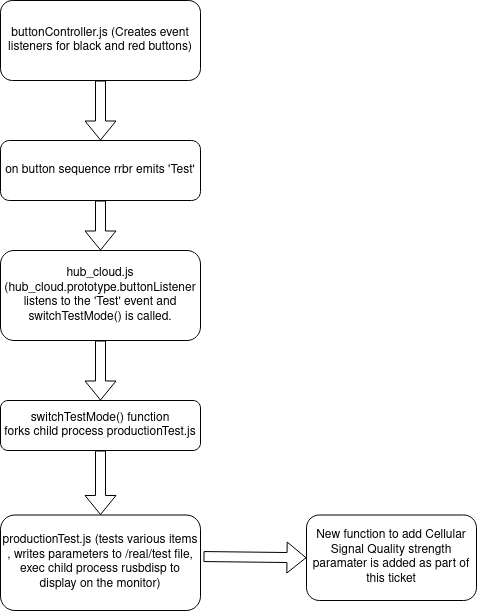
Before: SPAR-67.png, a diagram exported from draw.io (vignesh-ravikumar/flow_chart_and_docs). Source tidied: cells renumbered, new cells last; positions are measured from the earlier drawing's top-left corner, leaving out a move shared by most shapes. Source of this version:
```xml
<mxGraphModel>
  <root>
    <mxCell id="0" />
    <mxCell id="1" parent="0" />
    <mxCell id="2" value="buttonController.js (Creates event listeners for black and red buttons)" style="rounded=1;whiteSpace=wrap;html=1;fontSize=12;glass=0;strokeWidth=1;shadow=0;" parent="1" vertex="1">
      <mxGeometry width="200" height="80" as="geometry" />
    </mxCell>
    <mxCell id="3" value="on button sequence rrbr emits 'Test'" style="rounded=1;whiteSpace=wrap;html=1;" parent="1" vertex="1">
      <mxGeometry y="140" width="200" height="60" as="geometry" />
    </mxCell>
    <mxCell id="4" style="shape=flexArrow;endArrow=classic;html=1;exitX=0.5;exitY=1;exitDx=0;exitDy=0;entryX=0.5;entryY=0;entryDx=0;entryDy=0;" parent="1" edge="1" source="2" target="3">
      <mxGeometry relative="1" as="geometry" />
    </mxCell>
    <mxCell id="5" value="&lt;div&gt;hub_cloud.js&lt;/div&gt;&lt;div&gt;(hub_cloud.prototype.buttonListener&lt;/div&gt;&lt;div&gt;listens to the 'Test' event and switchTestMode() is called.&lt;br&gt;&lt;/div&gt;" style="rounded=1;whiteSpace=wrap;html=1;" parent="1" vertex="1">
      <mxGeometry y="250" width="200" height="90" as="geometry" />
    </mxCell>
    <mxCell id="6" value="switchTestMode() function&lt;br&gt;&lt;div&gt;forks child process productionTest.js&lt;/div&gt;" style="rounded=1;whiteSpace=wrap;html=1;" parent="1" vertex="1">
      <mxGeometry y="400" width="200" height="50" as="geometry" />
    </mxCell>
    <mxCell id="7" value="productionTest.js (tests various items , writes parameters to /real/test file, exec child process rusbdisp to display on the monitor)" style="rounded=1;whiteSpace=wrap;html=1;" parent="1" vertex="1">
      <mxGeometry y="514.5" width="200" height="95.5" as="geometry" />
    </mxCell>
    <mxCell id="8" style="shape=flexArrow;endArrow=classic;html=1;entryX=0.5;entryY=0;entryDx=0;entryDy=0;exitX=0.5;exitY=1;exitDx=0;exitDy=0;" parent="1" edge="1" source="3" target="5">
      <mxGeometry relative="1" as="geometry" />
    </mxCell>
    <mxCell id="9" style="shape=flexArrow;endArrow=classic;html=1;exitX=0.5;exitY=1;exitDx=0;exitDy=0;entryX=0.5;entryY=0;entryDx=0;entryDy=0;" parent="1" edge="1" source="5" target="6">
      <mxGeometry relative="1" as="geometry" />
    </mxCell>
    <mxCell id="10" style="shape=flexArrow;endArrow=classic;html=1;exitX=0.5;exitY=1;exitDx=0;exitDy=0;entryX=0.5;entryY=0;entryDx=0;entryDy=0;" parent="1" edge="1" source="6" target="7">
      <mxGeometry relative="1" as="geometry" />
    </mxCell>
    <mxCell id="11" value="New function to add Cellular Signal Quality strength paramater is added as part of this ticket" style="rounded=1;whiteSpace=wrap;html=1;" parent="1" vertex="1">
      <mxGeometry x="306" y="514.5" width="170" height="85.5" as="geometry" />
    </mxCell>
    <mxCell id="12" style="shape=flexArrow;endArrow=classic;html=1;exitX=1.015;exitY=0.435;exitDx=0;exitDy=0;entryX=0;entryY=0.5;entryDx=0;entryDy=0;exitPerimeter=0;" parent="1" edge="1" source="7" target="11">
      <mxGeometry relative="1" as="geometry" />
    </mxCell>
  </root>
</mxGraphModel>
```
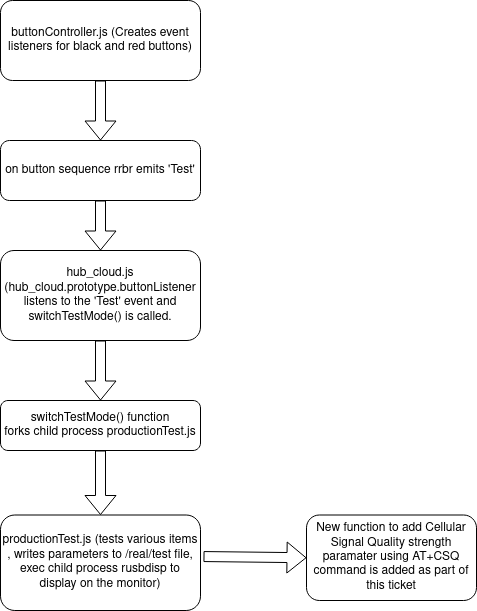
Later version of the same file.

Change to the diagram source:
```diff
@@ -29,7 +29,7 @@
     <mxCell id="10" style="shape=flexArrow;endArrow=classic;html=1;exitX=0.5;exitY=1;exitDx=0;exitDy=0;entryX=0.5;entryY=0;entryDx=0;entryDy=0;" parent="1" edge="1" source="6" target="7">
       <mxGeometry relative="1" as="geometry" />
     </mxCell>
-    <mxCell id="11" value="New function to add Cellular Signal Quality strength paramater is added as part of this ticket" style="rounded=1;whiteSpace=wrap;html=1;" parent="1" vertex="1">
+    <mxCell id="11" value="New function to add Cellular Signal Quality strength paramater using AT+CSQ command is added as part of this ticket" style="rounded=1;whiteSpace=wrap;html=1;" parent="1" vertex="1">
       <mxGeometry x="306" y="514.5" width="170" height="85.5" as="geometry" />
     </mxCell>
     <mxCell id="12" style="shape=flexArrow;endArrow=classic;html=1;exitX=1.015;exitY=0.435;exitDx=0;exitDy=0;entryX=0;entryY=0.5;entryDx=0;entryDy=0;exitPerimeter=0;" parent="1" edge="1" source="7" target="11">
```
